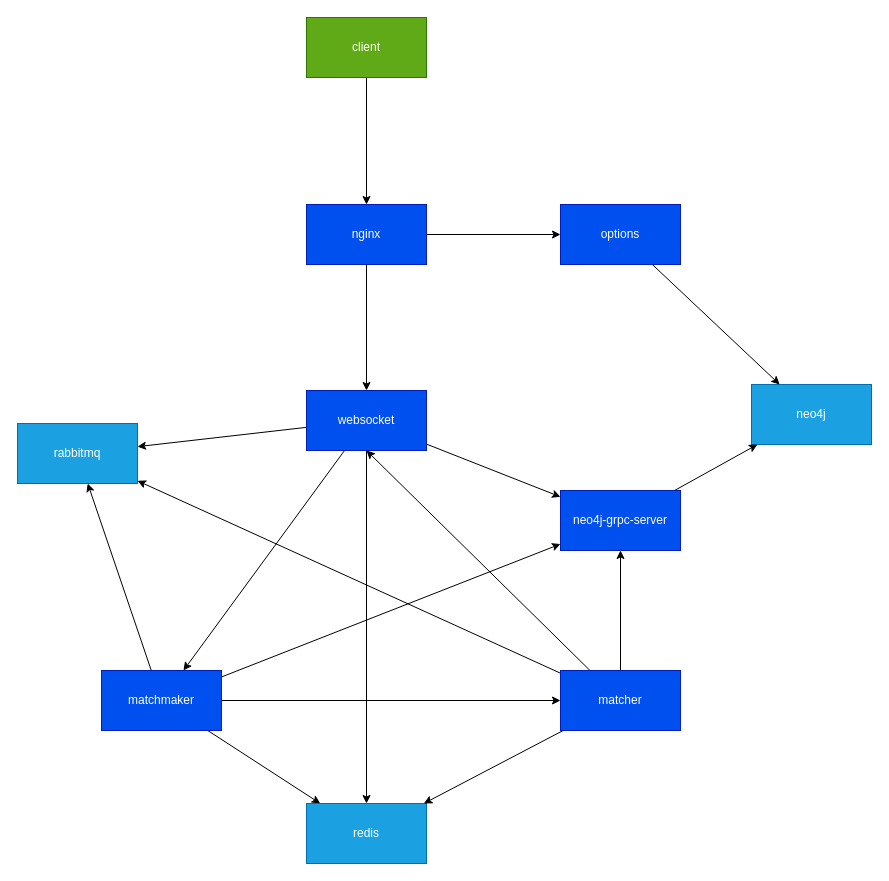
Earlier version of the draw.io diagram arch.drawio (andrew-delph/cloud-video-call). Source tidied: cells renumbered, new cells numbered last; positions are measured from the earlier drawing's top-left corner, leaving out a move shared by most shapes. Both pictures are drawn from the tidied source at 100%, with x=0, y=0 at pixel (17, 17).
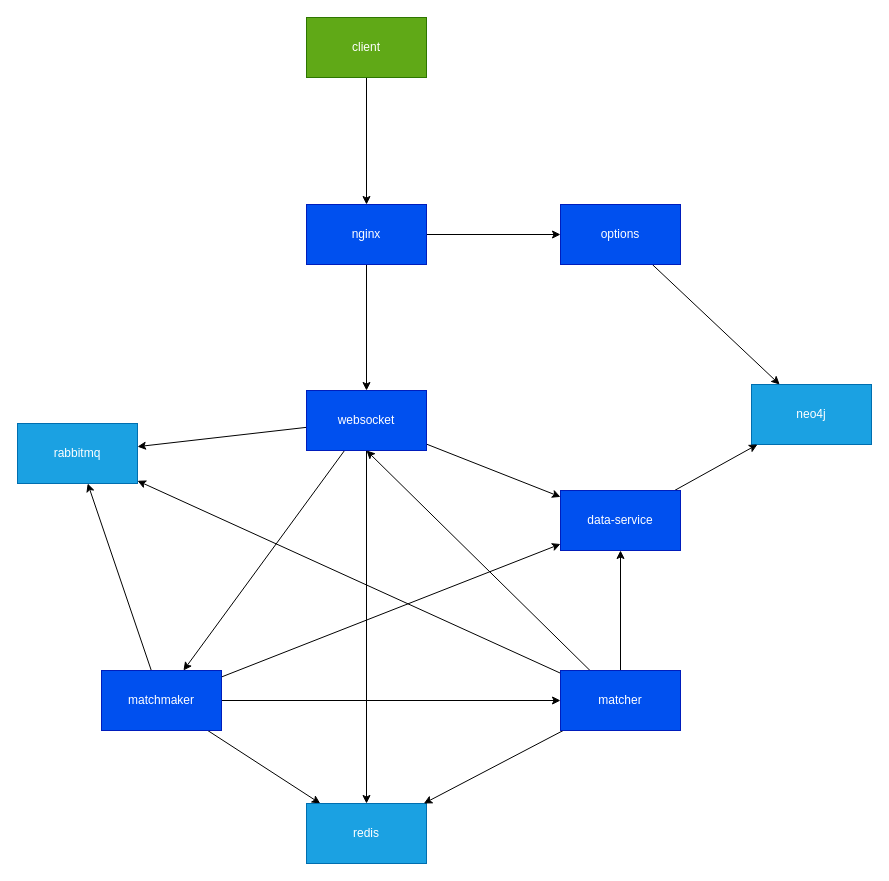
The same page after the edit.

Diff of the diagram source:
```diff
@@
-    <mxCell id="26" value="neo4j-grpc-server" style="rounded=0;whiteSpace=wrap;html=1;fillColor=#0050ef;fontColor=#ffffff;strokeColor=#001DBC;" parent="1" vertex="1">
+    <mxCell id="26" value="data-service" style="rounded=0;whiteSpace=wrap;html=1;fillColor=#0050ef;fontColor=#ffffff;strokeColor=#001DBC;" parent="1" vertex="1">
       <mxGeometry x="543" y="473" width="120" height="60" as="geometry" />
     </mxCell>
```
